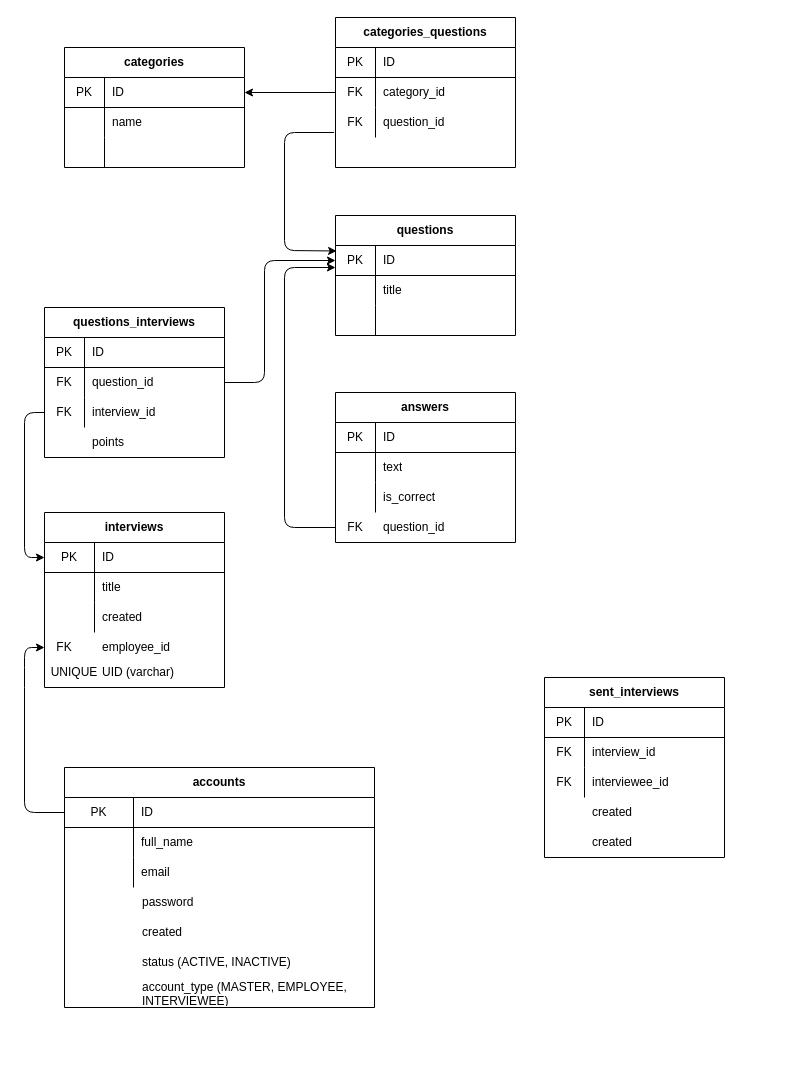
Before: Untitled Diagram.drawio in marina-bozic/s3-terraform, a draw.io diagram. Source tidied: cells renumbered, new cells numbered last; positions are measured from the earlier drawing's top-left corner, leaving out a move shared by most shapes. Both pictures are drawn from the tidied source at 100%, with x=0, y=0 at pixel (24, 17).
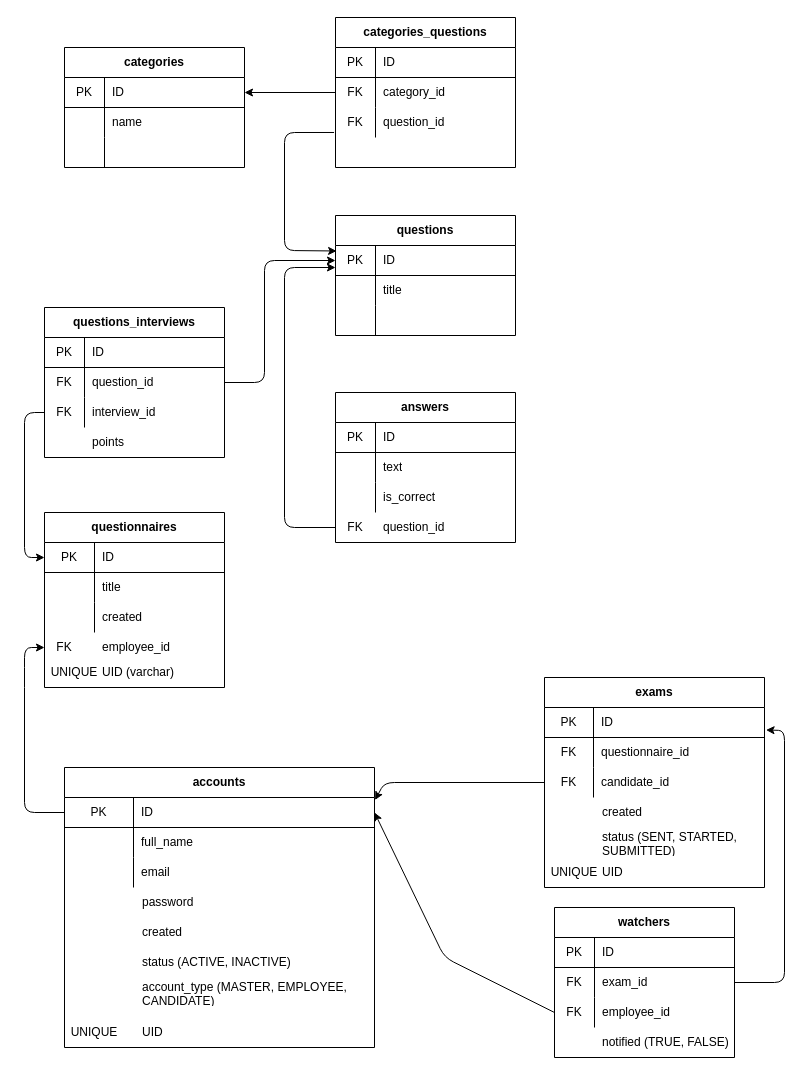
The same diagram, later.

The change refers to these unchanged cells:
```xml
<mxCell id="73" style="shape=partialRectangle;html=1;whiteSpace=wrap;fillColor=none;top=0;left=0;bottom=1;right=0;points=[[0,0.5],[1,0.5]];portConstraint=eastwest;" parent="72" vertex="1">
  <mxGeometry y="30" width="310" height="30" as="geometry" />
</mxCell>
```

The edit, as a diff of the source:
```diff
@@
-    <mxCell id="58" value="interviews" style="shape=table;html=1;whiteSpace=wrap;startSize=30;childLayout=tableLayout;rowLines=0;fontStyle=1;align=center;" parent="1" vertex="1">
+    <mxCell id="58" value="questionnaires" style="shape=table;html=1;whiteSpace=wrap;startSize=30;childLayout=tableLayout;rowLines=0;fontStyle=1;align=center;" parent="1" vertex="1">
       <mxGeometry x="20" y="495" width="180" height="175" as="geometry" />
     </mxCell>
@@
     <mxCell id="72" value="accounts" style="shape=table;html=1;whiteSpace=wrap;startSize=30;childLayout=tableLayout;rowLines=0;fontStyle=1;align=center;" parent="1" vertex="1">
-      <mxGeometry x="40" y="750" width="310" height="240" as="geometry" />
+      <mxGeometry x="40" y="750" width="310" height="280" as="geometry" />
     </mxCell>
@@
-    <mxCell id="85" value="account_type (MASTER, EMPLOYEE, INTERVIEWEE)" style="shape=partialRectangle;html=1;whiteSpace=wrap;fillColor=none;top=0;left=0;bottom=0;right=0;align=left;spacingLeft=6;overflow=hidden;" parent="1" vertex="1">
+    <mxCell id="85" value="account_type (MASTER, EMPLOYEE, CANDIDATE)" style="shape=partialRectangle;html=1;whiteSpace=wrap;fillColor=none;top=0;left=0;bottom=0;right=0;align=left;spacingLeft=6;overflow=hidden;" parent="1" vertex="1">
       <mxGeometry x="110" y="960" width="230" height="30" as="geometry" />
     </mxCell>
@@
-    <mxCell id="87" value="sent_interviews" style="shape=table;html=1;whiteSpace=wrap;startSize=30;childLayout=tableLayout;rowLines=0;fontStyle=1;align=center;" parent="1" vertex="1">
-      <mxGeometry x="520" y="660" width="180" height="180" as="geometry" />
+    <mxCell id="87" value="exams" style="shape=table;html=1;whiteSpace=wrap;startSize=30;childLayout=tableLayout;rowLines=0;fontStyle=1;align=center;" parent="1" vertex="1">
+      <mxGeometry x="520" y="660" width="220" height="210" as="geometry" />
     </mxCell>
     <mxCell id="88" style="shape=partialRectangle;html=1;whiteSpace=wrap;fillColor=none;top=0;left=0;bottom=1;right=0;points=[[0,0.5],[1,0.5]];portConstraint=eastwest;" parent="87" vertex="1">
-      <mxGeometry y="30" width="180" height="30" as="geometry" />
+      <mxGeometry y="30" width="220" height="30" as="geometry" />
     </mxCell>
     <mxCell id="89" value="PK" style="shape=partialRectangle;html=1;whiteSpace=wrap;fillColor=none;top=0;left=0;bottom=0;right=0;overflow=hidden;" parent="88" vertex="1">
-      <mxGeometry width="40" height="30" as="geometry" />
+      <mxGeometry width="49" height="30" as="geometry" />
     </mxCell>
     <mxCell id="90" value="ID" style="shape=partialRectangle;html=1;whiteSpace=wrap;fillColor=none;top=0;left=0;bottom=0;right=0;align=left;spacingLeft=6;overflow=hidden;" parent="88" vertex="1">
-      <mxGeometry x="40" width="140" height="30" as="geometry" />
+      <mxGeometry x="49" width="171" height="30" as="geometry" />
     </mxCell>
     <mxCell id="91" style="shape=partialRectangle;html=1;whiteSpace=wrap;fillColor=none;top=0;left=0;bottom=0;right=0;" parent="87" vertex="1">
-      <mxGeometry y="60" width="180" height="30" as="geometry" />
+      <mxGeometry y="60" width="220" height="30" as="geometry" />
     </mxCell>
     <mxCell id="92" value="FK" style="shape=partialRectangle;html=1;whiteSpace=wrap;fillColor=none;top=0;left=0;bottom=0;right=0;overflow=hidden;" parent="91" vertex="1">
-      <mxGeometry width="40" height="30" as="geometry" />
+      <mxGeometry width="49" height="30" as="geometry" />
     </mxCell>
-    <mxCell id="93" value="interview_id" style="shape=partialRectangle;html=1;whiteSpace=wrap;fillColor=none;top=0;left=0;bottom=0;right=0;align=left;spacingLeft=6;overflow=hidden;" parent="91" vertex="1">
-      <mxGeometry x="40" width="140" height="30" as="geometry" />
+    <mxCell id="93" value="questionnaire_id" style="shape=partialRectangle;html=1;whiteSpace=wrap;fillColor=none;top=0;left=0;bottom=0;right=0;align=left;spacingLeft=6;overflow=hidden;" parent="91" vertex="1">
+      <mxGeometry x="49" width="171" height="30" as="geometry" />
     </mxCell>
     <mxCell id="94" style="shape=partialRectangle;html=1;whiteSpace=wrap;fillColor=none;top=0;left=0;bottom=0;right=0;points=[[0,0.5],[1,0.5]];portConstraint=eastwest;" parent="87" vertex="1">
-      <mxGeometry y="90" width="180" height="30" as="geometry" />
+      <mxGeometry y="90" width="220" height="30" as="geometry" />
     </mxCell>
     <mxCell id="95" value="FK" style="shape=partialRectangle;html=1;whiteSpace=wrap;fillColor=none;top=0;left=0;bottom=0;right=0;overflow=hidden;" parent="94" vertex="1">
-      <mxGeometry width="40" height="30" as="geometry" />
+      <mxGeometry width="49" height="30" as="geometry" />
     </mxCell>
-    <mxCell id="96" value="interviewee_id" style="shape=partialRectangle;html=1;whiteSpace=wrap;fillColor=none;top=0;left=0;bottom=0;right=0;align=left;spacingLeft=6;overflow=hidden;" parent="94" vertex="1">
-      <mxGeometry x="40" width="140" height="30" as="geometry" />
+    <mxCell id="96" value="candidate_id" style="shape=partialRectangle;html=1;whiteSpace=wrap;fillColor=none;top=0;left=0;bottom=0;right=0;align=left;spacingLeft=6;overflow=hidden;" parent="94" vertex="1">
+      <mxGeometry x="49" width="171" height="30" as="geometry" />
     </mxCell>
@@
     <mxCell id="99" value="created" style="shape=partialRectangle;html=1;whiteSpace=wrap;fillColor=none;top=0;left=0;bottom=0;right=0;align=left;spacingLeft=6;overflow=hidden;" parent="1" vertex="1">
-      <mxGeometry x="560" y="780" width="140" height="30" as="geometry" />
+      <mxGeometry x="570" y="780" width="140" height="30" as="geometry" />
     </mxCell>
-    <mxCell id="100" value="created" style="shape=partialRectangle;html=1;whiteSpace=wrap;fillColor=none;top=0;left=0;bottom=0;right=0;align=left;spacingLeft=6;overflow=hidden;" parent="1" vertex="1">
-      <mxGeometry x="560" y="810" width="140" height="30" as="geometry" />
+    <mxCell id="100" value="status (SENT, STARTED, SUBMITTED)" style="shape=partialRectangle;html=1;whiteSpace=wrap;fillColor=none;top=0;left=0;bottom=0;right=0;align=left;spacingLeft=6;overflow=hidden;" parent="1" vertex="1">
+      <mxGeometry x="570" y="810" width="160" height="30" as="geometry" />
     </mxCell>
+    <mxCell id="101" value="watchers" style="shape=table;html=1;whiteSpace=wrap;startSize=30;childLayout=tableLayout;rowLines=0;fontStyle=1;align=center;" parent="1" vertex="1">
+      <mxGeometry x="530" y="890" width="180" height="150" as="geometry" />
+    </mxCell>
+    <mxCell id="102" style="shape=partialRectangle;html=1;whiteSpace=wrap;fillColor=none;top=0;left=0;bottom=1;right=0;" parent="101" vertex="1">
+      <mxGeometry y="30" width="180" height="30" as="geometry" />
+    </mxCell>
+    <mxCell id="103" value="PK" style="shape=partialRectangle;html=1;whiteSpace=wrap;fillColor=none;top=0;left=0;bottom=0;right=0;overflow=hidden;" parent="102" vertex="1">
+      <mxGeometry width="40" height="30" as="geometry" />
+    </mxCell>
+    <mxCell id="104" value="ID" style="shape=partialRectangle;html=1;whiteSpace=wrap;fillColor=none;top=0;left=0;bottom=0;right=0;align=left;spacingLeft=6;overflow=hidden;" parent="102" vertex="1">
+      <mxGeometry x="40" width="140" height="30" as="geometry" />
+    </mxCell>
+    <mxCell id="105" style="shape=partialRectangle;html=1;whiteSpace=wrap;fillColor=none;top=0;left=0;bottom=0;right=0;points=[[0,0.5],[1,0.5]];portConstraint=eastwest;" parent="101" vertex="1">
+      <mxGeometry y="60" width="180" height="30" as="geometry" />
+    </mxCell>
+    <mxCell id="106" value="FK" style="shape=partialRectangle;html=1;whiteSpace=wrap;fillColor=none;top=0;left=0;bottom=0;right=0;overflow=hidden;" parent="105" vertex="1">
+      <mxGeometry width="40" height="30" as="geometry" />
+    </mxCell>
+    <mxCell id="107" value="exam_id" style="shape=partialRectangle;html=1;whiteSpace=wrap;fillColor=none;top=0;left=0;bottom=0;right=0;align=left;spacingLeft=6;overflow=hidden;" parent="105" vertex="1">
+      <mxGeometry x="40" width="140" height="30" as="geometry" />
+    </mxCell>
+    <mxCell id="108" style="shape=partialRectangle;html=1;whiteSpace=wrap;fillColor=none;top=0;left=0;bottom=0;right=0;points=[[0,0.5],[1,0.5]];portConstraint=eastwest;" parent="101" vertex="1">
+      <mxGeometry y="90" width="180" height="30" as="geometry" />
+    </mxCell>
+    <mxCell id="109" value="FK" style="shape=partialRectangle;html=1;whiteSpace=wrap;fillColor=none;top=0;left=0;bottom=0;right=0;overflow=hidden;" parent="108" vertex="1">
+      <mxGeometry width="40" height="30" as="geometry" />
+    </mxCell>
+    <mxCell id="110" value="employee_id" style="shape=partialRectangle;html=1;whiteSpace=wrap;fillColor=none;top=0;left=0;bottom=0;right=0;align=left;spacingLeft=6;overflow=hidden;" parent="108" vertex="1">
+      <mxGeometry x="40" width="140" height="30" as="geometry" />
+    </mxCell>
+    <mxCell id="111" value="notified (TRUE, FALSE)" style="shape=partialRectangle;html=1;whiteSpace=wrap;fillColor=none;top=0;left=0;bottom=0;right=0;align=left;spacingLeft=6;overflow=hidden;" parent="1" vertex="1">
+      <mxGeometry x="570" y="1010" width="140" height="30" as="geometry" />
+    </mxCell>
+    <mxCell id="112" style="endArrow=classic;html=1;exitX=0;exitY=0.5;exitDx=0;exitDy=0;entryX=1.002;entryY=0.083;entryDx=0;entryDy=0;entryPerimeter=0;" parent="1" edge="1" source="94" target="73">
+      <mxGeometry relative="1" as="geometry">
+        <Array as="points">
+          <mxPoint x="360" y="765" />
+        </Array>
+      </mxGeometry>
+    </mxCell>
+    <mxCell id="113" style="endArrow=classic;html=1;exitX=0;exitY=0.5;exitDx=0;exitDy=0;entryX=1;entryY=0.5;entryDx=0;entryDy=0;" parent="1" edge="1" source="108" target="73">
+      <mxGeometry relative="1" as="geometry">
+        <Array as="points">
+          <mxPoint x="420" y="940" />
+        </Array>
+      </mxGeometry>
+    </mxCell>
+    <mxCell id="114" style="endArrow=classic;html=1;exitX=1;exitY=0.5;exitDx=0;exitDy=0;entryX=1.007;entryY=0.75;entryDx=0;entryDy=0;entryPerimeter=0;" parent="1" edge="1" source="105" target="88">
+      <mxGeometry relative="1" as="geometry">
+        <Array as="points">
+          <mxPoint x="760" y="965" />
+          <mxPoint x="760" y="713" />
+        </Array>
+      </mxGeometry>
+    </mxCell>
+    <mxCell id="115" value="UID" style="shape=partialRectangle;html=1;whiteSpace=wrap;fillColor=none;top=0;left=0;bottom=0;right=0;align=left;spacingLeft=6;overflow=hidden;" parent="1" vertex="1">
+      <mxGeometry x="570" y="840" width="140" height="30" as="geometry" />
+    </mxCell>
+    <mxCell id="116" value="UID" style="shape=partialRectangle;html=1;whiteSpace=wrap;fillColor=none;top=0;left=0;bottom=0;right=0;align=left;spacingLeft=6;overflow=hidden;" parent="1" vertex="1">
+      <mxGeometry x="110" y="1000" width="190" height="30" as="geometry" />
+    </mxCell>
+    <mxCell id="117" value="UNIQUE" style="shape=partialRectangle;html=1;whiteSpace=wrap;fillColor=none;top=0;left=0;bottom=0;right=0;overflow=hidden;" parent="1" vertex="1">
+      <mxGeometry x="40" y="1000" width="60" height="30" as="geometry" />
+    </mxCell>
+    <mxCell id="118" value="UNIQUE" style="shape=partialRectangle;html=1;whiteSpace=wrap;fillColor=none;top=0;left=0;bottom=0;right=0;overflow=hidden;" parent="1" vertex="1">
+      <mxGeometry x="520" y="840" width="60" height="30" as="geometry" />
+    </mxCell>
```
